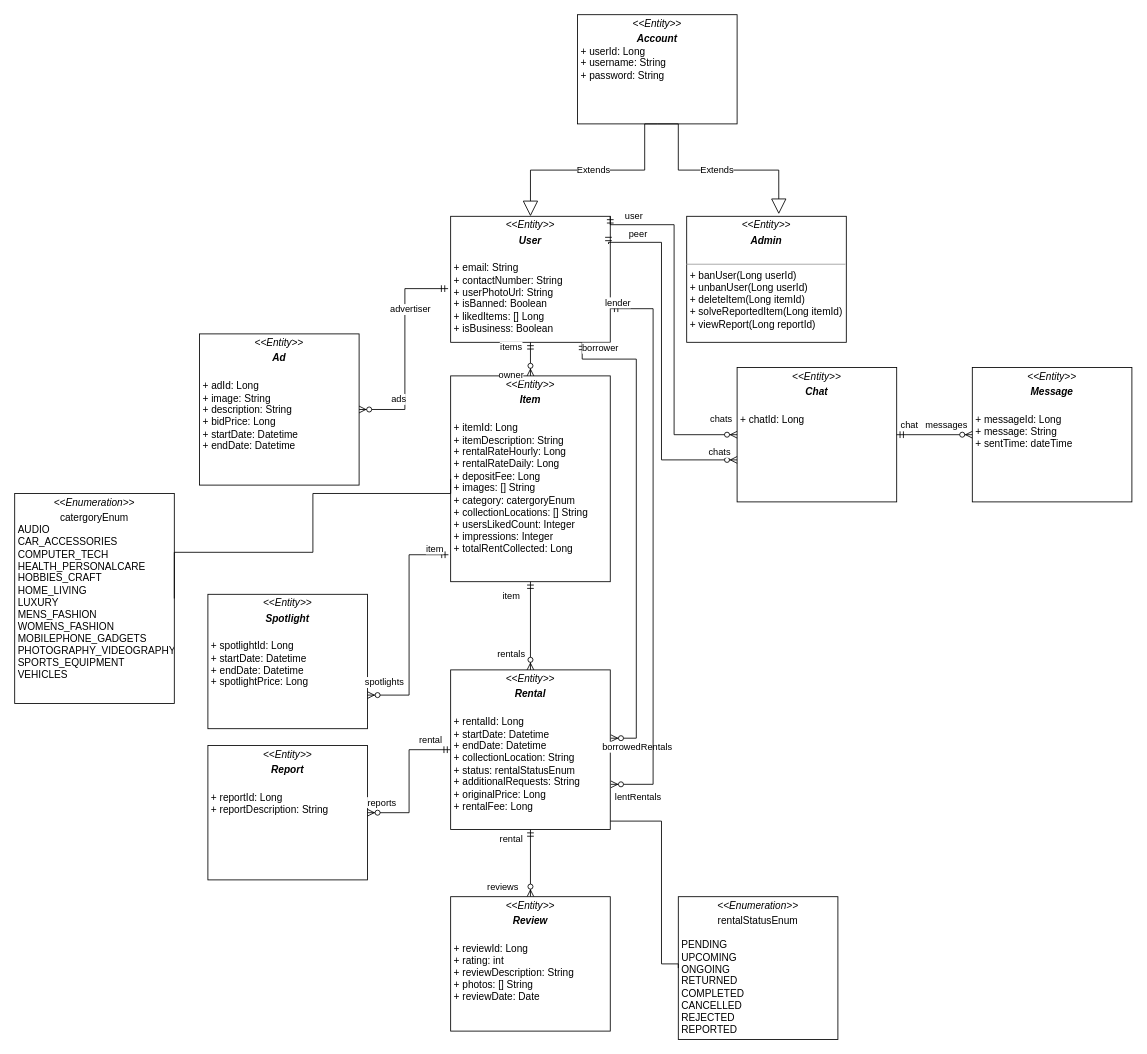
Earlier version of the draw.io diagram Class Diagram.drawio (TohDeKai/SharEco). Source tidied: cells renumbered, new cells numbered last; positions are measured from the earlier drawing's top-left corner, leaving out a move shared by most shapes. Both pictures are drawn from the tidied source at 84%, with x=0, y=0 at pixel (14, 14).
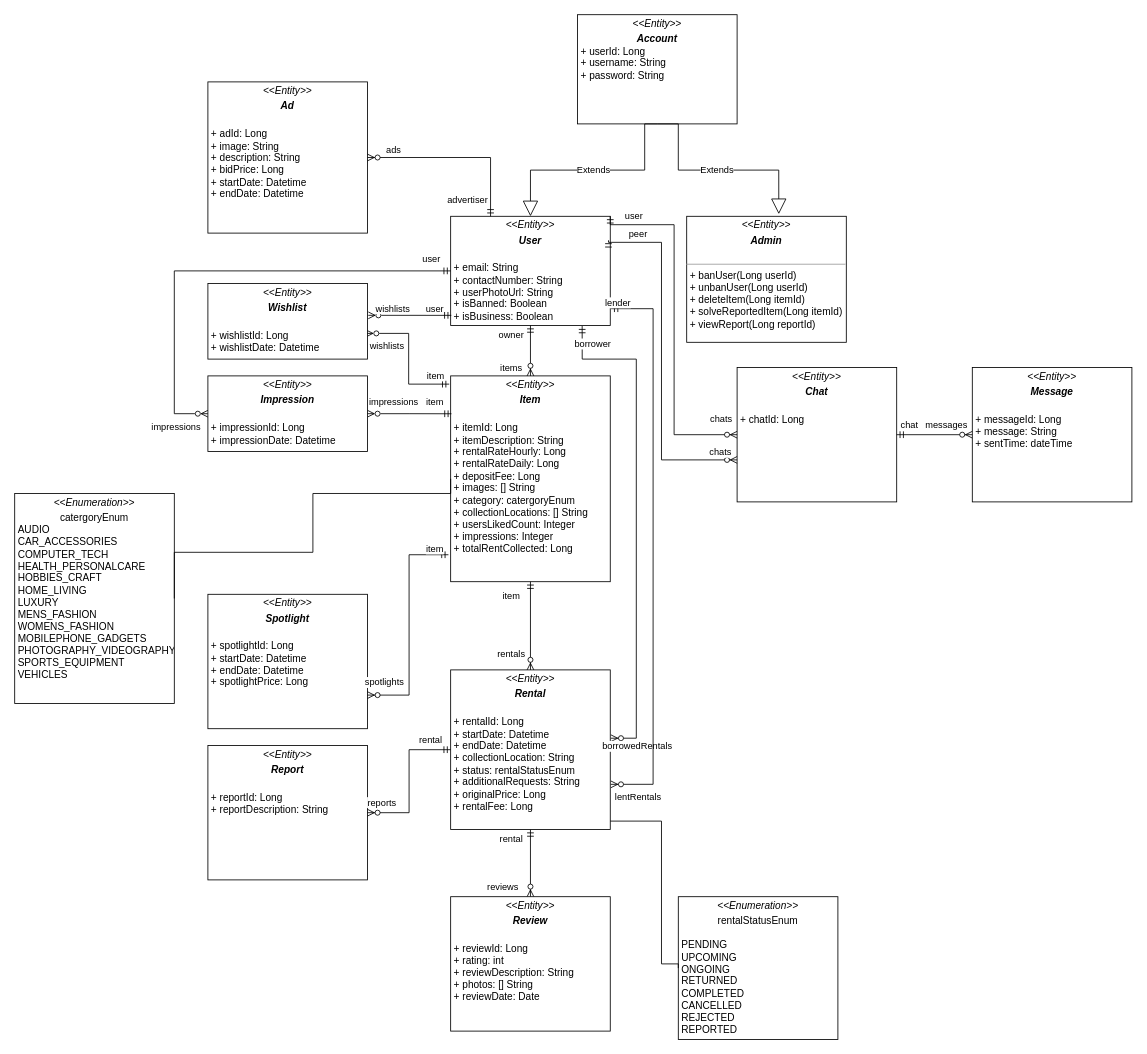
Above is the later version.

Unchanged cells that the change refers to:
```xml
<mxCell id="7" value="&lt;p style=&quot;margin:0px;margin-top:4px;text-align:center;&quot;&gt;&lt;i&gt;&amp;lt;&amp;lt;Entity&amp;gt;&amp;gt;&lt;/i&gt;&lt;/p&gt;&lt;p style=&quot;margin:0px;margin-top:4px;text-align:center;&quot;&gt;&lt;i&gt;&lt;b&gt;Item&lt;/b&gt;&lt;/i&gt;&lt;br&gt;&lt;/p&gt;&lt;p style=&quot;margin:0px;margin-top:4px;text-align:center;&quot;&gt;&lt;br&gt;&lt;/p&gt;&lt;p style=&quot;margin:0px;margin-left:4px;&quot;&gt;+ itemId: Long&lt;br&gt;&lt;/p&gt;&lt;p style=&quot;margin:0px;margin-left:4px;&quot;&gt;+ itemDescription: String&lt;/p&gt;&lt;p style=&quot;margin:0px;margin-left:4px;&quot;&gt;+ rentalRateHourly: Long&lt;/p&gt;&lt;p style=&quot;margin:0px;margin-left:4px;&quot;&gt;+ rentalRateDaily: Long&lt;/p&gt;&lt;p style=&quot;border-color: var(--border-color); margin: 0px 0px 0px 4px;&quot;&gt;+ depositFee: Long&lt;/p&gt;&lt;p style=&quot;margin:0px;margin-left:4px;&quot;&gt;+ images: [] String&lt;/p&gt;&lt;p style=&quot;margin:0px;margin-left:4px;&quot;&gt;+ category: catergoryEnum&lt;/p&gt;&lt;p style=&quot;margin:0px;margin-left:4px;&quot;&gt;+ collectionLocations: [] String&lt;/p&gt;&lt;p style=&quot;margin:0px;margin-left:4px;&quot;&gt;+ usersLikedCount: Integer&lt;/p&gt;&lt;p style=&quot;margin:0px;margin-left:4px;&quot;&gt;+ impressions: Integer&lt;br&gt;&lt;/p&gt;&lt;p style=&quot;margin:0px;margin-left:4px;&quot;&gt;+ totalRentCollected: Long&lt;/p&gt;&lt;p style=&quot;margin:0px;margin-left:4px;&quot;&gt;&lt;br&gt;&lt;/p&gt;" style="verticalAlign=top;align=left;overflow=fill;fontSize=12;fontFamily=Helvetica;html=1;whiteSpace=wrap;" parent="1" vertex="1">
  <mxGeometry x="519" y="430" width="190" height="245" as="geometry" />
</mxCell>
<mxCell id="8" style="fontSize=12;html=1;endArrow=ERzeroToMany;startArrow=ERmandOne;rounded=0;exitX=0.5;exitY=1;exitDx=0;exitDy=0;" parent="1" edge="1" source="2" target="7">
  <mxGeometry relative="1" as="geometry" />
</mxCell>
```

The edit, as a diff of the source:
```diff
@@
-    <mxCell id="2" value="&lt;p style=&quot;margin:0px;margin-top:4px;text-align:center;&quot;&gt;&lt;i&gt;&amp;lt;&amp;lt;Entity&amp;gt;&amp;gt;&lt;/i&gt;&lt;/p&gt;&lt;p style=&quot;margin:0px;margin-top:4px;text-align:center;&quot;&gt;&lt;i&gt;&lt;b&gt;User&lt;/b&gt;&lt;/i&gt;&lt;br&gt;&lt;/p&gt;&lt;p style=&quot;margin:0px;margin-top:4px;text-align:center;&quot;&gt;&lt;br&gt;&lt;/p&gt;&lt;p style=&quot;margin:0px;margin-left:4px;&quot;&gt;+ email: String&lt;/p&gt;&lt;p style=&quot;margin:0px;margin-left:4px;&quot;&gt;+ contactNumber: String&lt;/p&gt;&lt;p style=&quot;margin:0px;margin-left:4px;&quot;&gt;+ userPhotoUrl: String&lt;/p&gt;&lt;p style=&quot;margin:0px;margin-left:4px;&quot;&gt;+ isBanned: Boolean&lt;/p&gt;&lt;p style=&quot;margin:0px;margin-left:4px;&quot;&gt;+ likedItems: [] Long&lt;/p&gt;&lt;p style=&quot;margin:0px;margin-left:4px;&quot;&gt;+ isBusiness: Boolean&lt;/p&gt;&lt;p style=&quot;margin:0px;margin-left:4px;&quot;&gt;&lt;br&gt;&lt;/p&gt;&lt;p style=&quot;margin:0px;margin-left:4px;&quot;&gt;&lt;br&gt;&lt;/p&gt;" style="verticalAlign=top;align=left;overflow=fill;fontSize=12;fontFamily=Helvetica;html=1;whiteSpace=wrap;" parent="1" vertex="1">
-      <mxGeometry x="519" y="240" width="190" height="150" as="geometry" />
+    <mxCell id="2" value="&lt;p style=&quot;margin:0px;margin-top:4px;text-align:center;&quot;&gt;&lt;i&gt;&amp;lt;&amp;lt;Entity&amp;gt;&amp;gt;&lt;/i&gt;&lt;/p&gt;&lt;p style=&quot;margin:0px;margin-top:4px;text-align:center;&quot;&gt;&lt;i&gt;&lt;b&gt;User&lt;/b&gt;&lt;/i&gt;&lt;br&gt;&lt;/p&gt;&lt;p style=&quot;margin:0px;margin-top:4px;text-align:center;&quot;&gt;&lt;br&gt;&lt;/p&gt;&lt;p style=&quot;margin:0px;margin-left:4px;&quot;&gt;+ email: String&lt;/p&gt;&lt;p style=&quot;margin:0px;margin-left:4px;&quot;&gt;+ contactNumber: String&lt;/p&gt;&lt;p style=&quot;margin:0px;margin-left:4px;&quot;&gt;+ userPhotoUrl: String&lt;/p&gt;&lt;p style=&quot;margin:0px;margin-left:4px;&quot;&gt;+ isBanned: Boolean&lt;/p&gt;&lt;p style=&quot;margin:0px;margin-left:4px;&quot;&gt;&lt;span style=&quot;background-color: initial;&quot;&gt;+ isBusiness: Boolean&lt;/span&gt;&lt;br&gt;&lt;/p&gt;&lt;p style=&quot;margin:0px;margin-left:4px;&quot;&gt;&lt;br&gt;&lt;/p&gt;&lt;p style=&quot;margin:0px;margin-left:4px;&quot;&gt;&lt;br&gt;&lt;/p&gt;" style="verticalAlign=top;align=left;overflow=fill;fontSize=12;fontFamily=Helvetica;html=1;whiteSpace=wrap;" parent="1" vertex="1">
+      <mxGeometry x="519" y="240" width="190" height="130" as="geometry" />
     </mxCell>
@@
+    <mxCell id="52" style="edgeStyle=orthogonalEdgeStyle;rounded=0;jettySize=auto;html=1;entryX=0.992;entryY=0.66;entryDx=0;entryDy=0;exitX=-0.009;exitY=0.04;exitDx=0;exitDy=0;exitPerimeter=0;startArrow=ERmandOne;startFill=0;endArrow=ERzeroToMany;endFill=0;entryPerimeter=0;" parent="1" edge="1" source="7" target="58">
+      <mxGeometry relative="1" as="geometry">
+        <Array as="points">
+          <mxPoint x="469" y="440" />
+          <mxPoint x="469" y="380" />
+          <mxPoint x="419" y="380" />
+        </Array>
+      </mxGeometry>
+    </mxCell>
+    <mxCell id="53" value="wishlists" style="edgeLabel;html=1;align=center;verticalAlign=middle;" parent="52" vertex="1">
+      <mxGeometry x="0.69" y="1" relative="1" as="geometry">
+        <mxPoint y="13" as="offset" />
+      </mxGeometry>
+    </mxCell>
+    <mxCell id="54" value="item" style="edgeLabel;html=1;align=center;verticalAlign=middle;" parent="52" vertex="1">
+      <mxGeometry x="-0.79" y="-1" relative="1" as="geometry">
+        <mxPoint y="-9" as="offset" />
+      </mxGeometry>
+    </mxCell>
@@
     <mxCell id="9" value="owner" style="edgeLabel;html=1;align=center;verticalAlign=middle;" parent="8" vertex="1">
       <mxGeometry x="-0.59" y="1" relative="1" as="geometry">
-        <mxPoint x="-25" y="30" as="offset" />
+        <mxPoint x="-25" y="-2" as="offset" />
       </mxGeometry>
     </mxCell>
     <mxCell id="10" value="items" style="edgeLabel;html=1;align=center;verticalAlign=middle;" parent="8" vertex="1">
       <mxGeometry x="0.03" y="-1" relative="1" as="geometry">
-        <mxPoint x="-23" y="-16" as="offset" />
+        <mxPoint x="-23" y="19" as="offset" />
       </mxGeometry>
     </mxCell>
@@
     <mxCell id="48" value="&lt;p style=&quot;margin:0px;margin-top:4px;text-align:center;&quot;&gt;&lt;i&gt;&amp;lt;&amp;lt;Entity&amp;gt;&amp;gt;&lt;/i&gt;&lt;/p&gt;&lt;p style=&quot;margin:0px;margin-top:4px;text-align:center;&quot;&gt;&lt;b&gt;&lt;i&gt;Ad&lt;/i&gt;&lt;/b&gt;&lt;/p&gt;&lt;p style=&quot;margin:0px;margin-top:4px;text-align:center;&quot;&gt;&lt;b&gt;&lt;i&gt;&lt;br&gt;&lt;/i&gt;&lt;/b&gt;&lt;/p&gt;&lt;p style=&quot;margin:0px;margin-left:4px;&quot;&gt;&lt;span style=&quot;background-color: initial;&quot;&gt;+ adId: Long&lt;/span&gt;&lt;/p&gt;&lt;p style=&quot;margin:0px;margin-left:4px;&quot;&gt;&lt;span style=&quot;background-color: initial;&quot;&gt;+ image: String&lt;/span&gt;&lt;/p&gt;&lt;p style=&quot;margin:0px;margin-left:4px;&quot;&gt;&lt;span style=&quot;background-color: initial;&quot;&gt;+ description: String&lt;/span&gt;&lt;/p&gt;&lt;p style=&quot;margin:0px;margin-left:4px;&quot;&gt;&lt;span style=&quot;background-color: initial;&quot;&gt;+ bidPrice: Long&lt;/span&gt;&lt;/p&gt;&lt;p style=&quot;margin:0px;margin-left:4px;&quot;&gt;&lt;span style=&quot;background-color: initial;&quot;&gt;+ startDate: Datetime&lt;/span&gt;&lt;/p&gt;&lt;p style=&quot;margin:0px;margin-left:4px;&quot;&gt;&lt;span style=&quot;background-color: initial;&quot;&gt;+ endDate: Datetime&lt;/span&gt;&lt;/p&gt;&lt;p style=&quot;margin:0px;margin-left:4px;&quot;&gt;&amp;nbsp;&lt;/p&gt;&lt;p style=&quot;margin:0px;margin-left:4px;&quot;&gt;&lt;br&gt;&lt;/p&gt;" style="verticalAlign=top;align=left;overflow=fill;fontSize=12;fontFamily=Helvetica;html=1;whiteSpace=wrap;" parent="1" vertex="1">
-      <mxGeometry x="220" y="380" width="190" height="180" as="geometry" />
+      <mxGeometry x="230" y="80" width="190" height="180" as="geometry" />
     </mxCell>
-    <mxCell id="49" style="edgeStyle=orthogonalEdgeStyle;fontSize=12;html=1;endArrow=ERzeroToMany;startArrow=ERmandOne;rounded=0;entryX=1;entryY=0.5;entryDx=0;entryDy=0;exitX=-0.016;exitY=0.574;exitDx=0;exitDy=0;exitPerimeter=0;" parent="1" edge="1" source="2" target="48">
+    <mxCell id="49" style="edgeStyle=orthogonalEdgeStyle;fontSize=12;html=1;endArrow=ERzeroToMany;startArrow=ERmandOne;rounded=0;entryX=1;entryY=0.5;entryDx=0;entryDy=0;exitX=0.25;exitY=0;exitDx=0;exitDy=0;" parent="1" edge="1" source="2" target="48">
       <mxGeometry relative="1" as="geometry" />
     </mxCell>
     <mxCell id="50" value="ads" style="edgeLabel;html=1;align=center;verticalAlign=middle;" parent="49" vertex="1">
       <mxGeometry x="0.52" y="-3" relative="1" as="geometry">
-        <mxPoint x="-5" y="-7" as="offset" />
+        <mxPoint x="-21" y="-7" as="offset" />
       </mxGeometry>
     </mxCell>
     <mxCell id="51" value="advertiser" style="edgeLabel;html=1;align=center;verticalAlign=middle;" parent="49" vertex="1">
       <mxGeometry x="-0.33" y="-3" relative="1" as="geometry">
-        <mxPoint x="9" y="-8" as="offset" />
+        <mxPoint x="-25" y="53" as="offset" />
       </mxGeometry>
     </mxCell>
+    <mxCell id="55" style="edgeStyle=orthogonalEdgeStyle;rounded=0;jettySize=auto;html=1;entryX=0.004;entryY=0.907;entryDx=0;entryDy=0;exitX=1.005;exitY=0.421;exitDx=0;exitDy=0;exitPerimeter=0;endArrow=ERmandOne;endFill=0;startArrow=ERzeroToMany;startFill=0;entryPerimeter=0;" parent="1" edge="1" source="58" target="2">
+      <mxGeometry relative="1" as="geometry" />
+    </mxCell>
+    <mxCell id="56" value="user" style="edgeLabel;html=1;align=center;verticalAlign=middle;" parent="55" vertex="1">
+      <mxGeometry x="0.59" relative="1" as="geometry">
+        <mxPoint y="-8" as="offset" />
+      </mxGeometry>
+    </mxCell>
+    <mxCell id="57" value="wishlists" style="edgeLabel;html=1;align=center;verticalAlign=middle;" parent="55" vertex="1">
+      <mxGeometry x="-0.52" y="1" relative="1" as="geometry">
+        <mxPoint x="5" y="-7" as="offset" />
+      </mxGeometry>
+    </mxCell>
+    <mxCell id="58" value="&lt;p style=&quot;margin:0px;margin-top:4px;text-align:center;&quot;&gt;&lt;i&gt;&amp;lt;&amp;lt;Entity&amp;gt;&amp;gt;&lt;/i&gt;&lt;/p&gt;&lt;p style=&quot;margin:0px;margin-top:4px;text-align:center;&quot;&gt;&lt;b&gt;&lt;i&gt;Wishlist&lt;/i&gt;&lt;/b&gt;&lt;/p&gt;&lt;p style=&quot;margin:0px;margin-top:4px;text-align:center;&quot;&gt;&lt;b&gt;&lt;i&gt;&lt;br&gt;&lt;/i&gt;&lt;/b&gt;&lt;/p&gt;&lt;p style=&quot;margin:0px;margin-left:4px;&quot;&gt;&lt;span style=&quot;background-color: initial;&quot;&gt;+ wishlistId: Long&lt;/span&gt;&lt;/p&gt;&lt;p style=&quot;margin:0px;margin-left:4px;&quot;&gt;&lt;span style=&quot;background-color: initial;&quot;&gt;+ wishlistDate: Datetime&lt;/span&gt;&lt;/p&gt;&lt;p style=&quot;margin:0px;margin-left:4px;&quot;&gt;&lt;br&gt;&lt;/p&gt;&lt;p style=&quot;margin:0px;margin-left:4px;&quot;&gt;&amp;nbsp;&lt;/p&gt;&lt;p style=&quot;margin:0px;margin-left:4px;&quot;&gt;&lt;br&gt;&lt;/p&gt;" style="verticalAlign=top;align=left;overflow=fill;fontSize=12;fontFamily=Helvetica;html=1;whiteSpace=wrap;" parent="1" vertex="1">
+      <mxGeometry x="230" y="320" width="190" height="90" as="geometry" />
+    </mxCell>
+    <mxCell id="59" style="edgeStyle=orthogonalEdgeStyle;rounded=0;jettySize=auto;html=1;entryX=0.005;entryY=0.184;entryDx=0;entryDy=0;entryPerimeter=0;endArrow=ERmandOne;endFill=0;startArrow=ERzeroToMany;startFill=0;" parent="1" edge="1" source="65" target="7">
+      <mxGeometry relative="1" as="geometry" />
+    </mxCell>
+    <mxCell id="60" value="item" style="edgeLabel;html=1;align=center;verticalAlign=middle;" parent="59" vertex="1">
+      <mxGeometry x="0.6" y="2" relative="1" as="geometry">
+        <mxPoint y="-13" as="offset" />
+      </mxGeometry>
+    </mxCell>
+    <mxCell id="61" value="impressions" style="edgeLabel;html=1;align=center;verticalAlign=middle;" parent="59" vertex="1">
+      <mxGeometry x="-0.56" y="2" relative="1" as="geometry">
+        <mxPoint x="8" y="-13" as="offset" />
+      </mxGeometry>
+    </mxCell>
+    <mxCell id="62" style="edgeStyle=orthogonalEdgeStyle;rounded=0;jettySize=auto;html=1;entryX=0;entryY=0.5;entryDx=0;entryDy=0;endArrow=ERmandOne;endFill=0;startArrow=ERzeroToMany;startFill=0;" parent="1" edge="1" source="65" target="2">
+      <mxGeometry relative="1" as="geometry">
+        <Array as="points">
+          <mxPoint x="190" y="475" />
+          <mxPoint x="190" y="305" />
+        </Array>
+      </mxGeometry>
+    </mxCell>
+    <mxCell id="63" value="user" style="edgeLabel;html=1;align=center;verticalAlign=middle;" parent="62" vertex="1">
+      <mxGeometry x="0.91" y="2" relative="1" as="geometry">
+        <mxPoint y="-13" as="offset" />
+      </mxGeometry>
+    </mxCell>
+    <mxCell id="64" value="impressions" style="edgeLabel;html=1;align=center;verticalAlign=middle;" parent="62" vertex="1">
+      <mxGeometry x="-0.88" y="1" relative="1" as="geometry">
+        <mxPoint x="-7" y="14" as="offset" />
+      </mxGeometry>
+    </mxCell>
+    <mxCell id="65" value="&lt;p style=&quot;margin:0px;margin-top:4px;text-align:center;&quot;&gt;&lt;i&gt;&amp;lt;&amp;lt;Entity&amp;gt;&amp;gt;&lt;/i&gt;&lt;/p&gt;&lt;p style=&quot;margin:0px;margin-top:4px;text-align:center;&quot;&gt;&lt;b&gt;&lt;i&gt;Impression&lt;/i&gt;&lt;/b&gt;&lt;/p&gt;&lt;p style=&quot;margin:0px;margin-top:4px;text-align:center;&quot;&gt;&lt;b&gt;&lt;i&gt;&lt;br&gt;&lt;/i&gt;&lt;/b&gt;&lt;/p&gt;&lt;p style=&quot;margin:0px;margin-left:4px;&quot;&gt;&lt;span style=&quot;background-color: initial;&quot;&gt;+ impressionId: Long&lt;/span&gt;&lt;/p&gt;&lt;p style=&quot;margin:0px;margin-left:4px;&quot;&gt;&lt;span style=&quot;background-color: initial;&quot;&gt;+ impressionDate: Datetime&lt;/span&gt;&lt;/p&gt;&lt;p style=&quot;margin:0px;margin-left:4px;&quot;&gt;&lt;br&gt;&lt;/p&gt;&lt;p style=&quot;margin:0px;margin-left:4px;&quot;&gt;&amp;nbsp;&lt;/p&gt;&lt;p style=&quot;margin:0px;margin-left:4px;&quot;&gt;&lt;br&gt;&lt;/p&gt;" style="verticalAlign=top;align=left;overflow=fill;fontSize=12;fontFamily=Helvetica;html=1;whiteSpace=wrap;" parent="1" vertex="1">
+      <mxGeometry x="230" y="430" width="190" height="90" as="geometry" />
+    </mxCell>
```
